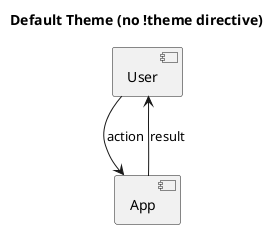
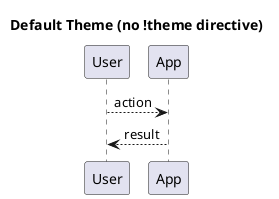
@startuml sequence
title Default Theme (no !theme directive)
- component "User" as User
- component "App" as App
+ participant "User" as User
+ participant "App" as App
User --> App : action
App --> User : result
@enduml
